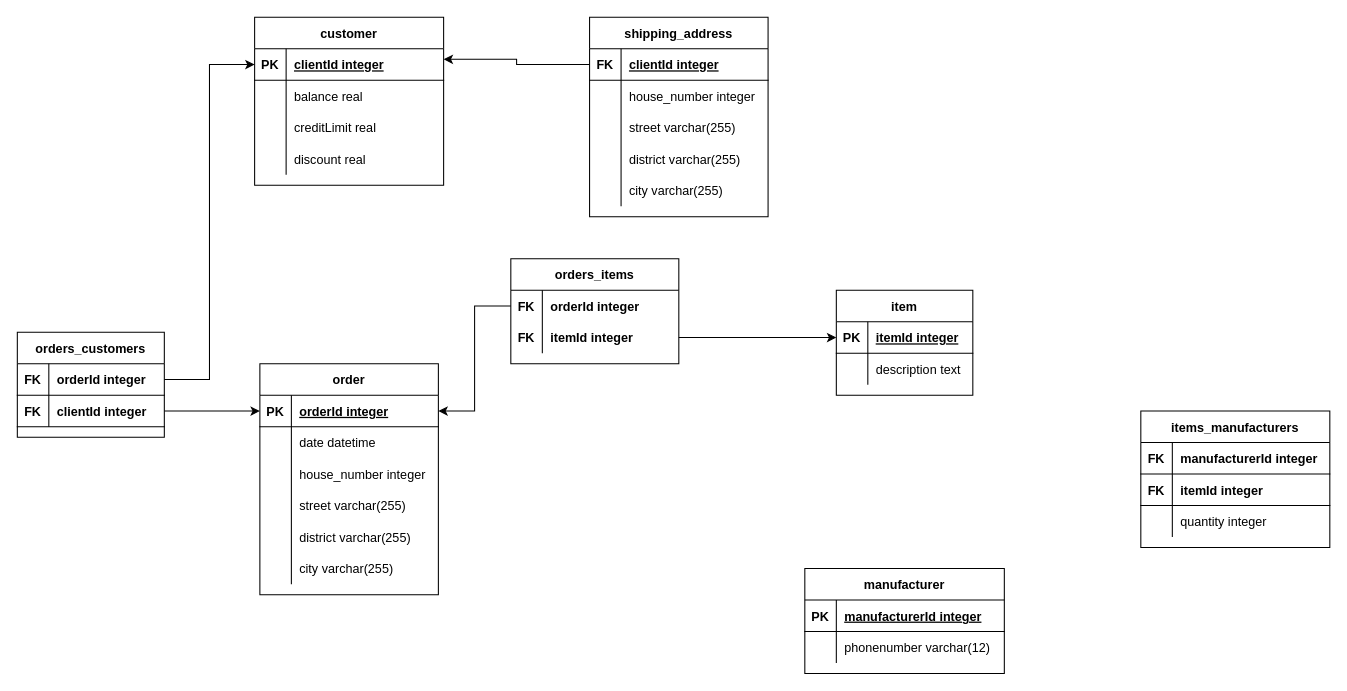
ilya-siluyanov/DrawIO keeps this draw.io diagram as lab05/ex1.drawio. Above is the earlier version. Source tidied: cells renumbered, new cells numbered last; positions are measured from the earlier drawing's top-left corner, leaving out a move shared by most shapes. Both pictures are drawn from the tidied source at 105%, with x=0, y=0 at pixel (17, 17).
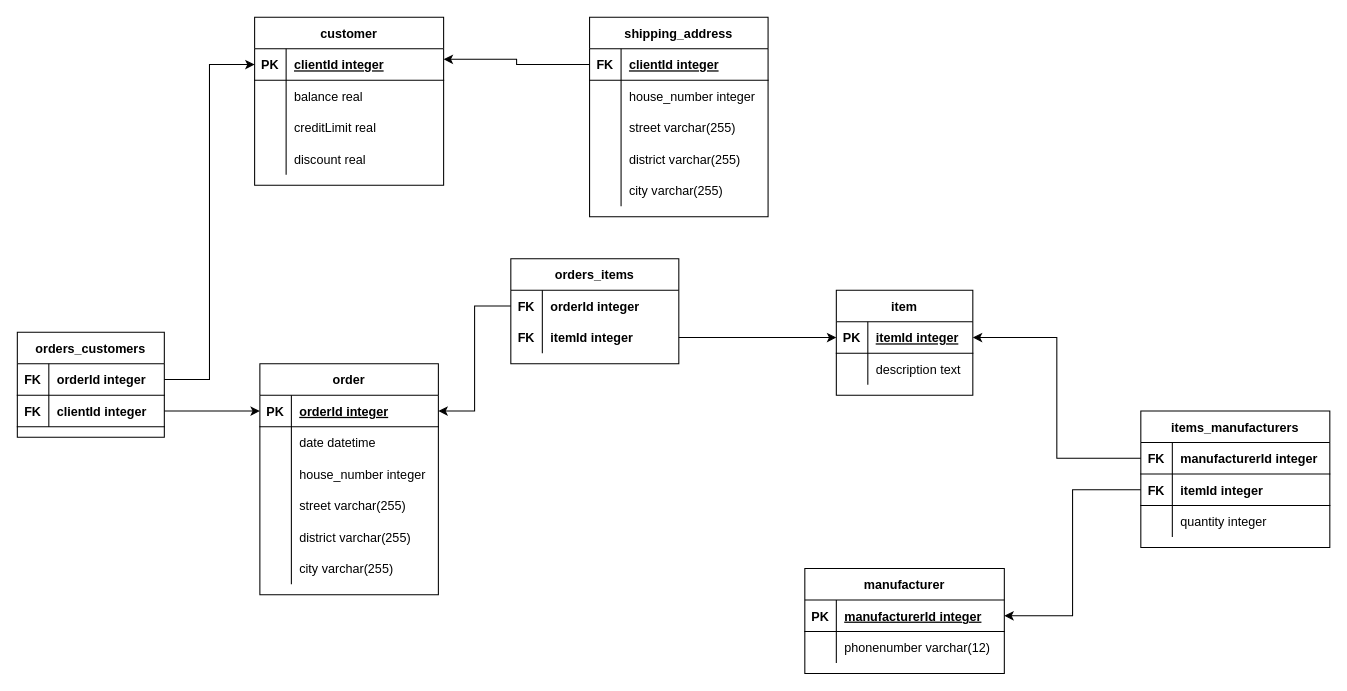
Above is the later version.

The change refers to these unchanged cells:
```xml
<mxCell id="59" style="shape=tableRow;horizontal=0;startSize=0;swimlaneHead=0;swimlaneBody=0;fillColor=none;points=[[0,0.5],[1,0.5]];portConstraint=eastwest;top=0;left=0;right=0;bottom=1;" parent="58" vertex="1">
  <mxGeometry y="30" width="130" height="30" as="geometry" />
</mxCell>
<mxCell id="66" style="shape=tableRow;horizontal=0;startSize=0;swimlaneHead=0;swimlaneBody=0;fillColor=none;points=[[0,0.5],[1,0.5]];portConstraint=eastwest;top=0;left=0;right=0;bottom=1;" parent="65" vertex="1">
  <mxGeometry y="30" width="190" height="30" as="geometry" />
</mxCell>
<mxCell id="73" style="shape=tableRow;horizontal=0;startSize=0;swimlaneHead=0;swimlaneBody=0;fillColor=none;points=[[0,0.5],[1,0.5]];portConstraint=eastwest;top=0;left=0;right=0;bottom=1;" parent="72" vertex="1">
  <mxGeometry y="30" width="180" height="30" as="geometry" />
</mxCell>
<mxCell id="76" style="shape=tableRow;horizontal=0;startSize=0;swimlaneHead=0;swimlaneBody=0;fillColor=none;points=[[0,0.5],[1,0.5]];portConstraint=eastwest;top=0;left=0;right=0;bottom=1;" parent="72" vertex="1">
  <mxGeometry y="60" width="180" height="30" as="geometry" />
</mxCell>
```

What changed in the source:
```diff
@@
+    <mxCell id="93" style="edgeStyle=orthogonalEdgeStyle;rounded=0;jettySize=auto;html=1;entryX=1;entryY=0.5;entryDx=0;entryDy=0;" parent="1" edge="1" source="73" target="59">
+      <mxGeometry relative="1" as="geometry" />
+    </mxCell>
+    <mxCell id="94" style="edgeStyle=orthogonalEdgeStyle;rounded=0;jettySize=auto;html=1;entryX=1;entryY=0.5;entryDx=0;entryDy=0;" parent="1" edge="1" source="76" target="66">
+      <mxGeometry relative="1" as="geometry" />
+    </mxCell>
```
